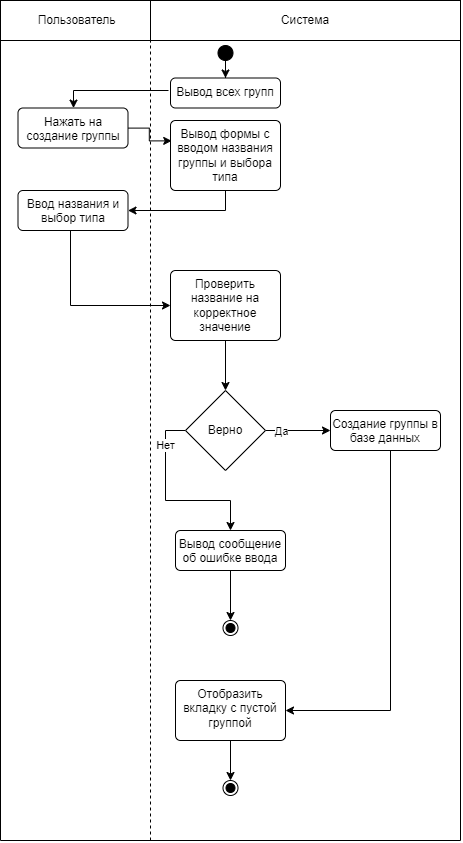
Earlier version of the draw.io export docs/images/functional_diagram3.png (Hembos/YoutubeAnalytics). Source tidied: cells renumbered, new cells last; positions are measured from the earlier drawing's top-left corner, leaving out a move shared by most shapes.
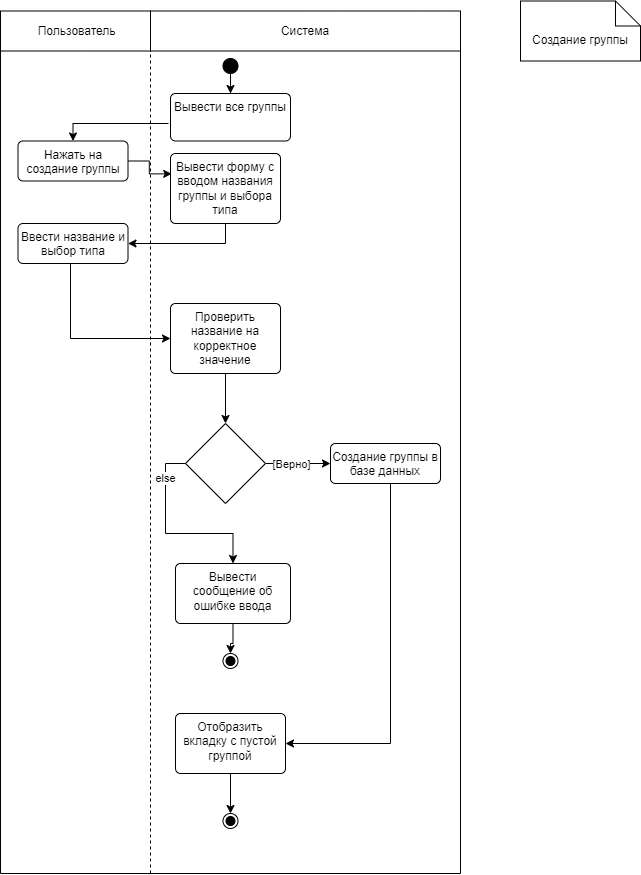
The same file after the commit.

Diff of the diagram source:
```diff
@@ -3,15 +3,14 @@
     <mxCell id="0" />
     <mxCell id="1" parent="0" />
     <mxCell id="2" value="&amp;nbsp;Пользователь" style="whiteSpace=wrap;html=1;align=center;" parent="1" vertex="1">
-      <mxGeometry width="150" height="40" as="geometry" />
+      <mxGeometry y="-22.5" width="150" height="40" as="geometry" />
     </mxCell>
     <mxCell id="3" value="Система" style="whiteSpace=wrap;html=1;align=center;" parent="1" vertex="1">
-      <mxGeometry x="150" width="310" height="40" as="geometry" />
+      <mxGeometry x="150" y="-22.5" width="310" height="40" as="geometry" />
     </mxCell>
-    <mxCell id="4" style="endArrow=none;dashed=1;html=1;rounded=0;entryX=0;entryY=1;entryDx=0;entryDy=0;" parent="1" edge="1">
+    <mxCell id="4" style="endArrow=none;dashed=1;html=1;rounded=0;entryX=0;entryY=1;entryDx=0;entryDy=0;" parent="1" edge="1" target="3">
       <mxGeometry relative="1" as="geometry">
         <mxPoint x="150" y="840" as="sourcePoint" />
-        <mxPoint x="150" y="40" as="targetPoint" />
       </mxGeometry>
     </mxCell>
     <mxCell id="5" style="endArrow=none;html=1;rounded=0;entryX=0;entryY=1;entryDx=0;entryDy=0;" parent="1" edge="1" target="2">
@@ -37,7 +36,7 @@
         </Array>
       </mxGeometry>
     </mxCell>
-    <mxCell id="10" value="Вывод формы с вводом названия группы и выбора типа" style="html=1;align=center;verticalAlign=top;rounded=1;absoluteArcSize=1;arcSize=10;dashed=0;whiteSpace=wrap;" parent="1" vertex="1">
+    <mxCell id="10" value="Вывести форму с вводом названия группы и выбора типа" style="html=1;align=center;verticalAlign=top;rounded=1;absoluteArcSize=1;arcSize=10;dashed=0;whiteSpace=wrap;" parent="1" vertex="1">
       <mxGeometry x="170" y="120" width="110" height="70" as="geometry" />
     </mxCell>
     <mxCell id="11" style="edgeStyle=orthogonalEdgeStyle;rounded=0;jettySize=auto;html=1;entryX=0;entryY=0.5;entryDx=0;entryDy=0;" parent="1" edge="1" source="12" target="14">
@@ -47,7 +46,7 @@
         </Array>
       </mxGeometry>
     </mxCell>
-    <mxCell id="12" value="Ввод названия и выбор типа" style="html=1;align=center;verticalAlign=top;rounded=1;absoluteArcSize=1;arcSize=10;dashed=0;whiteSpace=wrap;" parent="1" vertex="1">
+    <mxCell id="12" value="Ввести название и выбор типа" style="html=1;align=center;verticalAlign=top;rounded=1;absoluteArcSize=1;arcSize=10;dashed=0;whiteSpace=wrap;" parent="1" vertex="1">
       <mxGeometry x="17.5" y="190" width="110" height="40" as="geometry" />
     </mxCell>
     <mxCell id="13" style="edgeStyle=orthogonalEdgeStyle;rounded=0;jettySize=auto;html=1;entryX=0.5;entryY=0;entryDx=0;entryDy=0;" parent="1" edge="1" source="14" target="19">
@@ -59,25 +58,25 @@
     <mxCell id="15" style="edgeStyle=orthogonalEdgeStyle;rounded=0;jettySize=auto;html=1;exitX=0;exitY=0.5;exitDx=0;exitDy=0;entryX=0.5;entryY=0;entryDx=0;entryDy=0;" parent="1" edge="1" source="19" target="25">
       <mxGeometry relative="1" as="geometry" />
     </mxCell>
-    <mxCell id="16" value="Нет" style="edgeLabel;html=1;align=center;verticalAlign=middle;" parent="15" vertex="1">
+    <mxCell id="16" value="else" style="edgeLabel;html=1;align=center;verticalAlign=middle;" parent="15" vertex="1">
       <mxGeometry x="-0.64" y="-1" relative="1" as="geometry" />
     </mxCell>
     <mxCell id="17" style="edgeStyle=orthogonalEdgeStyle;rounded=0;jettySize=auto;html=1;entryX=0;entryY=0.5;entryDx=0;entryDy=0;" parent="1" edge="1" source="19" target="27">
       <mxGeometry relative="1" as="geometry" />
     </mxCell>
-    <mxCell id="18" value="Да" style="edgeLabel;html=1;align=center;verticalAlign=middle;" parent="17" vertex="1">
+    <mxCell id="18" value="[Верно]" style="edgeLabel;html=1;align=center;verticalAlign=middle;" parent="17" vertex="1">
       <mxGeometry x="-0.68" y="2" relative="1" as="geometry">
-        <mxPoint x="5" y="2" as="offset" />
+        <mxPoint x="15" y="2" as="offset" />
       </mxGeometry>
     </mxCell>
-    <mxCell id="19" value="Верно" style="rhombus;whiteSpace=wrap;html=1;" parent="1" vertex="1">
+    <mxCell id="19" style="rhombus;whiteSpace=wrap;html=1;" parent="1" vertex="1">
       <mxGeometry x="185" y="390" width="80" height="80" as="geometry" />
     </mxCell>
     <mxCell id="20" style="edgeStyle=orthogonalEdgeStyle;rounded=0;jettySize=auto;html=1;" parent="1" edge="1" source="21" target="23">
       <mxGeometry relative="1" as="geometry" />
     </mxCell>
     <mxCell id="21" style="ellipse;fillColor=strokeColor;html=1;" parent="1" vertex="1">
-      <mxGeometry x="217.5" y="45" width="15" height="15" as="geometry" />
+      <mxGeometry x="222.5" y="25" width="15" height="15" as="geometry" />
     </mxCell>
     <mxCell id="22" style="edgeStyle=orthogonalEdgeStyle;rounded=0;jettySize=auto;html=1;entryX=0.5;entryY=0;entryDx=0;entryDy=0;" parent="1" edge="1" target="8">
       <mxGeometry relative="1" as="geometry">
@@ -88,14 +87,14 @@
         </Array>
       </mxGeometry>
     </mxCell>
-    <mxCell id="23" value="Вывод всех групп" style="html=1;align=center;verticalAlign=top;rounded=1;absoluteArcSize=1;arcSize=10;dashed=0;whiteSpace=wrap;" parent="1" vertex="1">
-      <mxGeometry x="170" y="77.5" width="110" height="30" as="geometry" />
+    <mxCell id="23" value="Вывести все группы" style="html=1;align=center;verticalAlign=top;rounded=1;absoluteArcSize=1;arcSize=10;dashed=0;whiteSpace=wrap;" parent="1" vertex="1">
+      <mxGeometry x="170" y="60" width="120" height="47.5" as="geometry" />
     </mxCell>
     <mxCell id="24" style="edgeStyle=orthogonalEdgeStyle;rounded=0;jettySize=auto;html=1;entryX=0.5;entryY=0;entryDx=0;entryDy=0;" parent="1" edge="1" source="25" target="28">
       <mxGeometry relative="1" as="geometry" />
     </mxCell>
-    <mxCell id="25" value="Вывод сообщение об ошибке ввода" style="html=1;align=center;verticalAlign=top;rounded=1;absoluteArcSize=1;arcSize=10;dashed=0;whiteSpace=wrap;" parent="1" vertex="1">
-      <mxGeometry x="175" y="530" width="110" height="40" as="geometry" />
+    <mxCell id="25" value="Вывести сообщение об ошибке ввода" style="html=1;align=center;verticalAlign=top;rounded=1;absoluteArcSize=1;arcSize=10;dashed=0;whiteSpace=wrap;" parent="1" vertex="1">
+      <mxGeometry x="175" y="530" width="115" height="60" as="geometry" />
     </mxCell>
     <mxCell id="26" style="edgeStyle=orthogonalEdgeStyle;rounded=0;jettySize=auto;html=1;entryX=1;entryY=0.5;entryDx=0;entryDy=0;" parent="1" edge="1" source="27" target="30">
       <mxGeometry relative="1" as="geometry">
@@ -125,5 +124,8 @@
     <mxCell id="32" style="ellipse;html=1;shape=endState;fillColor=strokeColor;" parent="1" vertex="1">
       <mxGeometry x="222.5" y="780" width="15" height="15" as="geometry" />
     </mxCell>
+    <mxCell id="33" value="Создание группы" style="shape=note2;boundedLbl=1;whiteSpace=wrap;html=1;size=25;verticalAlign=top;align=center;" parent="1" vertex="1">
+      <mxGeometry x="520" y="-32.5" width="120" height="60" as="geometry" />
+    </mxCell>
   </root>
 </mxGraphModel>
```
